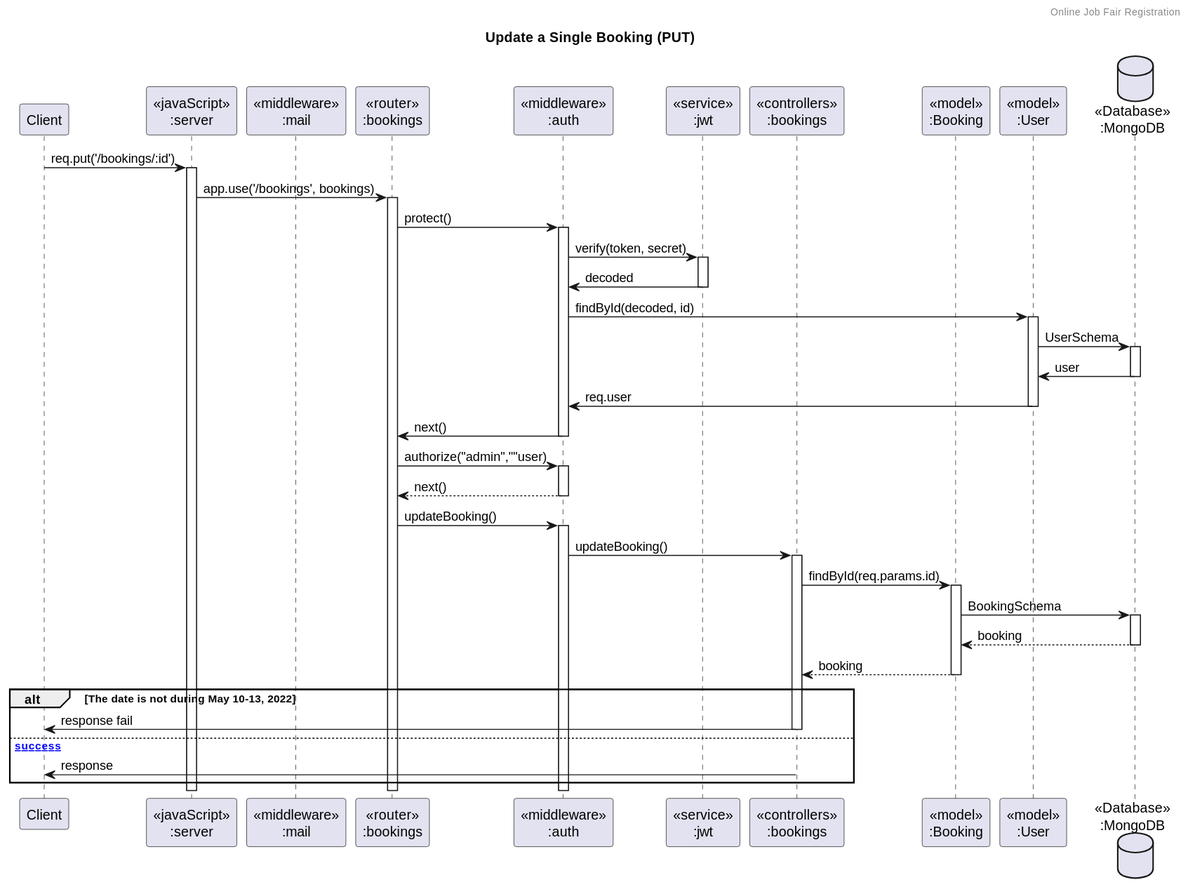
Bhuribhat/Online-Job-Fair-Registration keeps this PlantUML diagram as assets/UML/SequenceDiagram/Booking/Manage Booking (PUT).svg. Above is the earlier version. Source of this version:
```plantuml
@startuml
header Online Job Fair Registration
title "Update a Single Booking (PUT)"

participant "Client" as client
participant "<<javaScript>>\n:server" as server
participant "<<middleware>>\n:mail" as mail
participant "<<router>>\n:bookings" as routerBookings
participant "<<middleware>>\n:auth" as auth
participant "<<service>>\n:jwt" as jwt
participant "<<controllers>>\n:bookings" as controllersBookings
participant "<<model>>\n:Booking" as modelBooking
participant "<<model>>\n:User" as modelUser
database "<<Database>>\n:MongoDB" as DatabaseSchema

client->server ++:req.put('/bookings/:id')
server->routerBookings ++:app.use('/bookings', bookings)
routerBookings -> auth ++:protect()
auth -> jwt ++:verify(token, secret)
auth <- jwt --:decoded
auth -> modelUser ++:findById(decoded, id)
modelUser -> DatabaseSchema ++:UserSchema
modelUser <- DatabaseSchema --:user
auth <- modelUser --:req.user
routerBookings <- auth --:next()

routerBookings -> auth ++:authorize("admin",""user)
routerBookings <-- auth --:next()

routerBookings -> auth ++:updateBooking()
auth -> controllersBookings ++:updateBooking()
controllersBookings->modelBooking ++:findById(req.params.id)
modelBooking ->DatabaseSchema ++: BookingSchema
DatabaseSchema --> modelBooking --: booking
controllersBookings <-- modelBooking --:booking

alt The date is not during May 10-13, 2022
    controllersBookings->client --:response fail
else [success]
    controllersBookings->client --:response
end
@enduml
```
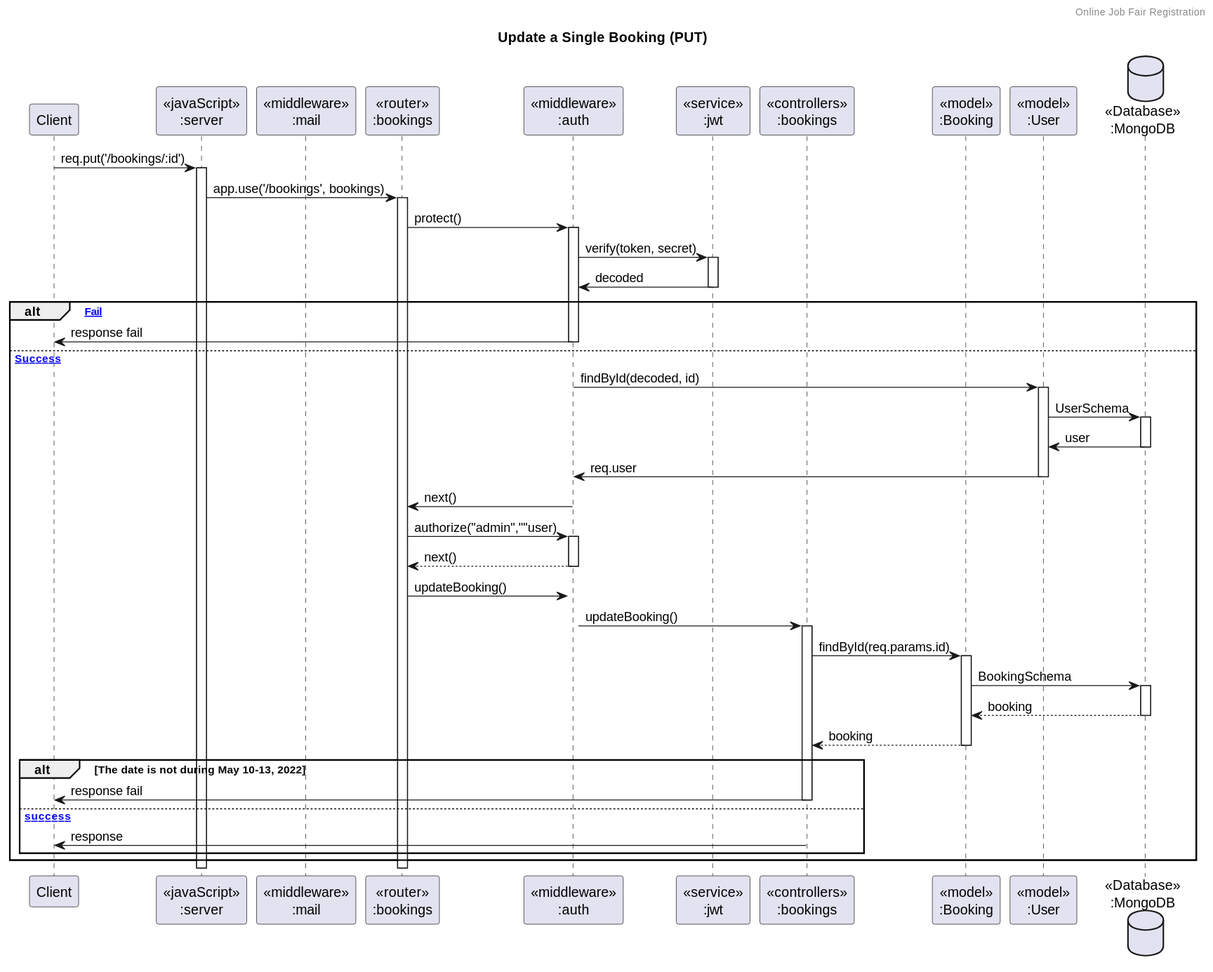
The same diagram one commit later.

Commit message:
update: POST, PUT, DELETE booking diagram

The edit, as a diff of the source:
```diff
@@ -18,25 +18,30 @@
 routerBookings -> auth ++:protect()
 auth -> jwt ++:verify(token, secret)
 auth <- jwt --:decoded
-auth -> modelUser ++:findById(decoded, id)
-modelUser -> DatabaseSchema ++:UserSchema
-modelUser <- DatabaseSchema --:user
-auth <- modelUser --:req.user
-routerBookings <- auth --:next()
 
-routerBookings -> auth ++:authorize("admin",""user)
-routerBookings <-- auth --:next()
+alt [Fail]
+    client <- auth --:response fail
+else [Success]
+    auth -> modelUser ++:findById(decoded, id)
+    modelUser -> DatabaseSchema ++:UserSchema
+    modelUser <- DatabaseSchema --:user
+    auth <- modelUser --:req.user
+    routerBookings <- auth --:next()
 
-routerBookings -> auth ++:updateBooking()
-auth -> controllersBookings ++:updateBooking()
-controllersBookings->modelBooking ++:findById(req.params.id)
-modelBooking ->DatabaseSchema ++: BookingSchema
-DatabaseSchema --> modelBooking --: booking
-controllersBookings <-- modelBooking --:booking
+    routerBookings -> auth ++:authorize("admin",""user)
+    routerBookings <-- auth --:next()
 
-alt The date is not during May 10-13, 2022
-    controllersBookings->client --:response fail
-else [success]
-    controllersBookings->client --:response
+    routerBookings -> auth ++:updateBooking()
+    auth -> controllersBookings ++:updateBooking()
+    controllersBookings->modelBooking ++:findById(req.params.id)
+    modelBooking ->DatabaseSchema ++: BookingSchema
+    DatabaseSchema --> modelBooking --: booking
+    controllersBookings <-- modelBooking --:booking
+
+    alt The date is not during May 10-13, 2022
+        controllersBookings->client --:response fail
+    else [success]
+        controllersBookings->client --:response
+    end
 end
 @enduml
```
